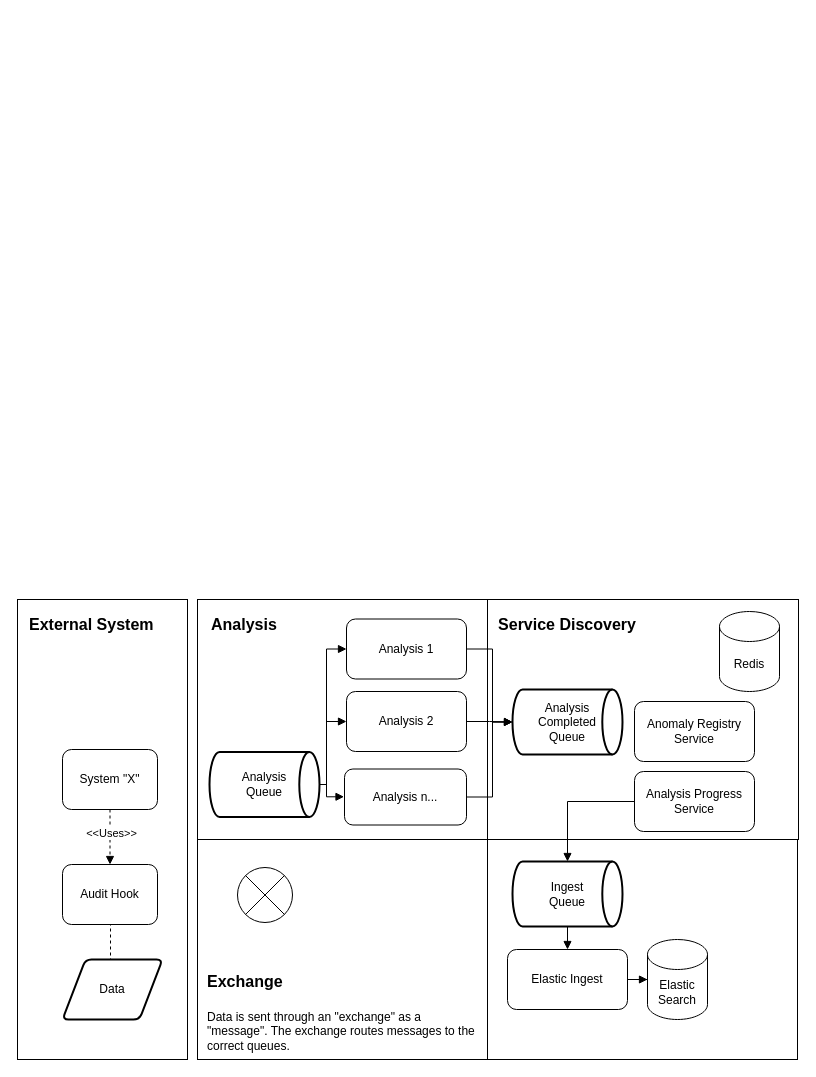
The draw.io diagram rabbit_connections.drawio in gullskatten/BPMN-models, before the edit. Source tidied: cells renumbered, new cells numbered last; positions are measured from the earlier drawing's top-left corner, leaving out a move shared by most shapes. Both pictures are drawn from the tidied source at 100%, with x=0, y=0 at pixel (17, 599).
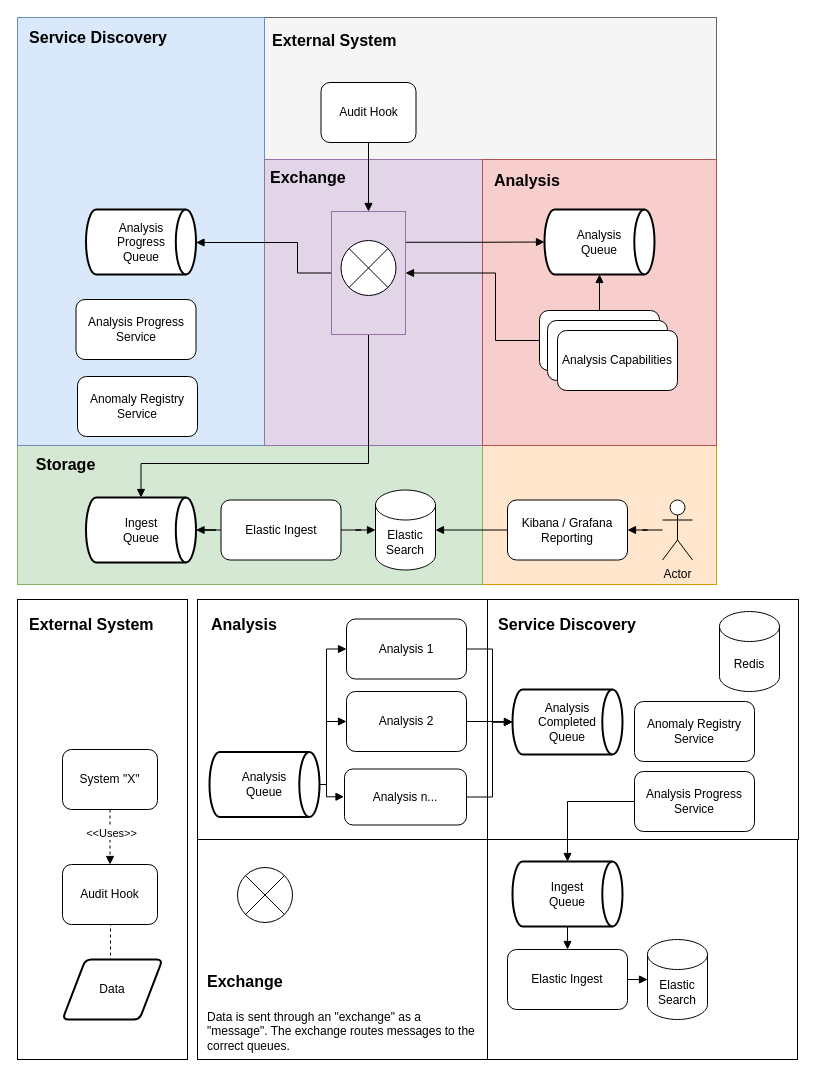
The same diagram, later.

Diff of the diagram source:
```diff
@@
+    <mxCell id="38" style="rounded=0;whiteSpace=wrap;html=1;fontSize=12;fillColor=#ffe6cc;align=left;strokeColor=#d79b00;" parent="1" vertex="1">
+      <mxGeometry x="465" y="-154" width="234" height="139" as="geometry" />
+    </mxCell>
+    <mxCell id="39" style="rounded=0;whiteSpace=wrap;html=1;fontSize=12;fillColor=#d5e8d4;align=left;strokeColor=#82b366;" parent="1" vertex="1">
+      <mxGeometry y="-154" width="465" height="139" as="geometry" />
+    </mxCell>
@@
+    <mxCell id="40" style="rounded=0;whiteSpace=wrap;html=1;fontSize=12;fillColor=#f5f5f5;align=left;strokeColor=#666666;fontColor=#333333;" parent="1" vertex="1">
+      <mxGeometry x="247" y="-582" width="452" height="142" as="geometry" />
+    </mxCell>
+    <mxCell id="41" style="rounded=0;whiteSpace=wrap;html=1;fontSize=12;fillColor=#dae8fc;align=left;strokeColor=#6c8ebf;" parent="1" vertex="1">
+      <mxGeometry y="-582" width="247" height="428" as="geometry" />
+    </mxCell>
+    <mxCell id="42" style="rounded=0;whiteSpace=wrap;html=1;fontSize=12;fillColor=#e1d5e7;align=left;strokeColor=#9673a6;" parent="1" vertex="1">
+      <mxGeometry x="247" y="-440" width="218" height="286" as="geometry" />
+    </mxCell>
+    <mxCell id="43" style="rounded=0;whiteSpace=wrap;html=1;fontSize=12;fillColor=#f8cecc;align=left;strokeColor=#b85450;" parent="1" vertex="1">
+      <mxGeometry x="465" y="-440" width="234" height="286" as="geometry" />
+    </mxCell>
+    <mxCell id="44" value="&lt;font style=&quot;font-size: 16px&quot;&gt;&lt;b&gt;Exchange&lt;/b&gt;&lt;/font&gt;" style="text;html=1;strokeColor=none;fillColor=none;align=left;verticalAlign=middle;whiteSpace=wrap;rounded=0;fontSize=12;" parent="1" vertex="1">
+      <mxGeometry x="251" y="-437" width="76" height="30" as="geometry" />
+    </mxCell>
+    <mxCell id="45" style="edgeStyle=orthogonalEdgeStyle;rounded=0;jettySize=auto;html=1;fontSize=12;endArrow=block;endFill=1;exitX=0;exitY=0.5;exitDx=0;exitDy=0;" parent="1" edge="1" source="63" target="54">
+      <mxGeometry relative="1" as="geometry">
+        <Array as="points">
+          <mxPoint x="280" y="-327" />
+          <mxPoint x="280" y="-357" />
+        </Array>
+      </mxGeometry>
+    </mxCell>
+    <mxCell id="46" style="edgeStyle=orthogonalEdgeStyle;rounded=0;jettySize=auto;html=1;entryX=0;entryY=0.5;entryDx=0;entryDy=0;entryPerimeter=0;fontSize=12;endArrow=block;endFill=1;exitX=1;exitY=0.25;exitDx=0;exitDy=0;" parent="1" edge="1" source="63" target="53">
+      <mxGeometry relative="1" as="geometry" />
+    </mxCell>
+    <mxCell id="47" style="edgeStyle=orthogonalEdgeStyle;rounded=0;jettySize=auto;html=1;entryX=0.5;entryY=0;entryDx=0;entryDy=0;entryPerimeter=0;fontSize=12;endArrow=block;endFill=1;exitX=0.5;exitY=1;exitDx=0;exitDy=0;" parent="1" edge="1" source="63" target="57">
+      <mxGeometry relative="1" as="geometry">
+        <Array as="points">
+          <mxPoint x="351" y="-136" />
+          <mxPoint x="123" y="-136" />
+        </Array>
+      </mxGeometry>
+    </mxCell>
+    <mxCell id="48" value="&lt;font style=&quot;font-size: 16px&quot;&gt;&lt;b&gt;External System&lt;/b&gt;&lt;/font&gt;" style="text;html=1;strokeColor=none;fillColor=none;align=left;verticalAlign=middle;whiteSpace=wrap;rounded=0;fontSize=12;" parent="1" vertex="1">
+      <mxGeometry x="253" y="-574" width="135" height="30" as="geometry" />
+    </mxCell>
+    <mxCell id="49" style="edgeStyle=orthogonalEdgeStyle;rounded=0;jettySize=auto;html=1;fontSize=12;endArrow=block;endFill=1;entryX=0.5;entryY=0;entryDx=0;entryDy=0;" parent="1" edge="1" source="50" target="63">
+      <mxGeometry relative="1" as="geometry" />
+    </mxCell>
+    <mxCell id="50" value="Audit Hook" style="rounded=1;whiteSpace=wrap;html=1;" parent="1" vertex="1">
+      <mxGeometry x="303.5" y="-517" width="95" height="60" as="geometry" />
+    </mxCell>
+    <mxCell id="51" value="&lt;font style=&quot;font-size: 16px&quot;&gt;&lt;b&gt;Analysis&lt;/b&gt;&lt;/font&gt;" style="text;html=1;strokeColor=none;fillColor=none;align=left;verticalAlign=middle;whiteSpace=wrap;rounded=0;fontSize=12;" parent="1" vertex="1">
+      <mxGeometry x="475" y="-434" width="76" height="30" as="geometry" />
+    </mxCell>
+    <mxCell id="52" value="&lt;font style=&quot;font-size: 16px&quot;&gt;&lt;b&gt;Service Discovery&lt;/b&gt;&lt;/font&gt;" style="text;html=1;strokeColor=none;fillColor=none;align=center;verticalAlign=middle;whiteSpace=wrap;rounded=0;fontSize=12;" parent="1" vertex="1">
+      <mxGeometry x="6" y="-577" width="150" height="30" as="geometry" />
+    </mxCell>
+    <mxCell id="53" value="Analysis &lt;br&gt;Queue" style="strokeWidth=2;html=1;shape=mxgraph.flowchart.direct_data;whiteSpace=wrap;" parent="1" vertex="1">
+      <mxGeometry x="527" y="-390" width="110" height="65" as="geometry" />
+    </mxCell>
+    <mxCell id="54" value="Analysis&lt;br&gt;Progress&lt;br&gt;Queue" style="strokeWidth=2;html=1;shape=mxgraph.flowchart.direct_data;whiteSpace=wrap;" parent="1" vertex="1">
+      <mxGeometry x="68.5" y="-390" width="110" height="65" as="geometry" />
+    </mxCell>
+    <mxCell id="55" value="Anomaly Registry&lt;br&gt;Service" style="rounded=1;whiteSpace=wrap;html=1;" parent="1" vertex="1">
+      <mxGeometry x="60" y="-223" width="120" height="60" as="geometry" />
+    </mxCell>
+    <mxCell id="56" value="Analysis Progress&lt;br&gt;Service" style="rounded=1;whiteSpace=wrap;html=1;" parent="1" vertex="1">
+      <mxGeometry x="58.5" y="-300" width="120" height="60" as="geometry" />
+    </mxCell>
+    <mxCell id="57" value="Ingest&lt;br&gt;Queue" style="strokeWidth=2;html=1;shape=mxgraph.flowchart.direct_data;whiteSpace=wrap;" parent="1" vertex="1">
+      <mxGeometry x="68.5" y="-102" width="110" height="65" as="geometry" />
+    </mxCell>
+    <mxCell id="58" style="edgeStyle=orthogonalEdgeStyle;rounded=0;jettySize=auto;html=1;fontSize=12;endArrow=block;endFill=1;exitX=0.5;exitY=0;exitDx=0;exitDy=0;" parent="1" edge="1" source="59" target="53">
+      <mxGeometry relative="1" as="geometry" />
+    </mxCell>
+    <mxCell id="59" style="rounded=1;whiteSpace=wrap;html=1;" parent="1" vertex="1">
+      <mxGeometry x="522" y="-289" width="120" height="60" as="geometry" />
+    </mxCell>
+    <mxCell id="60" style="edgeStyle=orthogonalEdgeStyle;rounded=0;jettySize=auto;html=1;entryX=1;entryY=0.5;entryDx=0;entryDy=0;fontSize=12;endArrow=block;endFill=1;exitX=0;exitY=0.5;exitDx=0;exitDy=0;" parent="1" edge="1" source="59" target="63">
+      <mxGeometry relative="1" as="geometry">
+        <Array as="points">
+          <mxPoint x="478" y="-259" />
+          <mxPoint x="478" y="-326" />
+          <mxPoint x="388" y="-326" />
+        </Array>
+      </mxGeometry>
+    </mxCell>
+    <mxCell id="61" style="rounded=1;whiteSpace=wrap;html=1;" parent="1" vertex="1">
+      <mxGeometry x="530" y="-279" width="120" height="60" as="geometry" />
+    </mxCell>
+    <mxCell id="62" value="Analysis Capabilities" style="rounded=1;whiteSpace=wrap;html=1;" parent="1" vertex="1">
+      <mxGeometry x="540" y="-269" width="120" height="60" as="geometry" />
+    </mxCell>
+    <mxCell id="63" style="rounded=0;whiteSpace=wrap;html=1;fontSize=12;fillColor=#e1d5e7;align=left;strokeColor=#9673a6;" parent="1" vertex="1">
+      <mxGeometry x="314" y="-388" width="74" height="123" as="geometry" />
+    </mxCell>
+    <mxCell id="64" style="edgeStyle=orthogonalEdgeStyle;rounded=0;jettySize=auto;html=1;fontSize=12;endArrow=block;endFill=1;" parent="1" edge="1" source="66" target="57">
+      <mxGeometry relative="1" as="geometry" />
+    </mxCell>
+    <mxCell id="65" style="edgeStyle=orthogonalEdgeStyle;rounded=0;jettySize=auto;html=1;fontSize=12;endArrow=block;endFill=1;" parent="1" edge="1" source="66" target="67">
+      <mxGeometry relative="1" as="geometry" />
+    </mxCell>
+    <mxCell id="66" value="Elastic Ingest" style="rounded=1;whiteSpace=wrap;html=1;" parent="1" vertex="1">
+      <mxGeometry x="203.5" y="-99.5" width="120" height="60" as="geometry" />
+    </mxCell>
+    <mxCell id="67" value="Elastic&lt;br&gt;Search" style="shape=cylinder3;whiteSpace=wrap;html=1;boundedLbl=1;backgroundOutline=1;size=15;" parent="1" vertex="1">
+      <mxGeometry x="358" y="-109.5" width="60" height="80" as="geometry" />
+    </mxCell>
+    <mxCell id="68" style="shape=sumEllipse;perimeter=ellipsePerimeter;whiteSpace=wrap;html=1;backgroundOutline=1;fontSize=12;fillColor=#FFFFFF;" parent="1" vertex="1">
+      <mxGeometry x="323.5" y="-359" width="55" height="55" as="geometry" />
+    </mxCell>
+    <mxCell id="69" value="&lt;font style=&quot;font-size: 16px&quot;&gt;&lt;b&gt;Storage&lt;/b&gt;&lt;/font&gt;" style="text;html=1;strokeColor=none;fillColor=none;align=center;verticalAlign=middle;whiteSpace=wrap;rounded=0;fontSize=12;" parent="1" vertex="1">
+      <mxGeometry x="8" y="-150" width="81" height="30" as="geometry" />
+    </mxCell>
+    <mxCell id="70" style="edgeStyle=orthogonalEdgeStyle;rounded=0;jettySize=auto;html=1;fontSize=12;endArrow=block;endFill=1;" parent="1" edge="1" source="71" target="73">
+      <mxGeometry relative="1" as="geometry" />
+    </mxCell>
+    <mxCell id="71" value="Actor" style="shape=umlActor;verticalLabelPosition=bottom;verticalAlign=top;html=1;outlineConnect=0;fontSize=12;fillColor=#FFFFFF;" parent="1" vertex="1">
+      <mxGeometry x="645" y="-99.5" width="30" height="60" as="geometry" />
+    </mxCell>
+    <mxCell id="72" style="edgeStyle=orthogonalEdgeStyle;rounded=0;jettySize=auto;html=1;fontSize=12;endArrow=block;endFill=1;" parent="1" edge="1" source="73" target="67">
+      <mxGeometry relative="1" as="geometry" />
+    </mxCell>
+    <mxCell id="73" value="Kibana / Grafana&lt;br&gt;Reporting" style="rounded=1;whiteSpace=wrap;html=1;" parent="1" vertex="1">
+      <mxGeometry x="490" y="-99.5" width="120" height="60" as="geometry" />
+    </mxCell>
```
